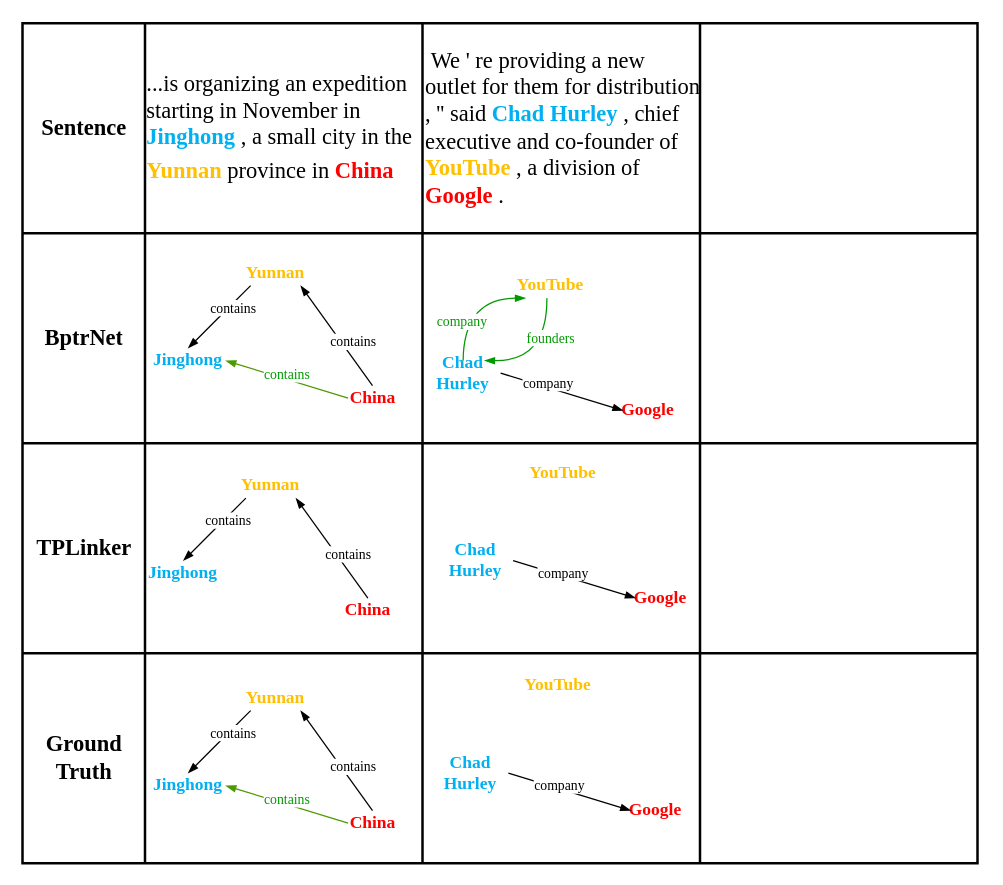
Above: Untitled Diagram.drawio in zhangSchnee/gittest (draw.io), before the change. Source tidied: cells renumbered, new cells numbered last; positions are measured from the earlier drawing's top-left corner, leaving out a move shared by most shapes. Both pictures are drawn from the tidied source at 125%, with x=0, y=0 at pixel (22, 22).
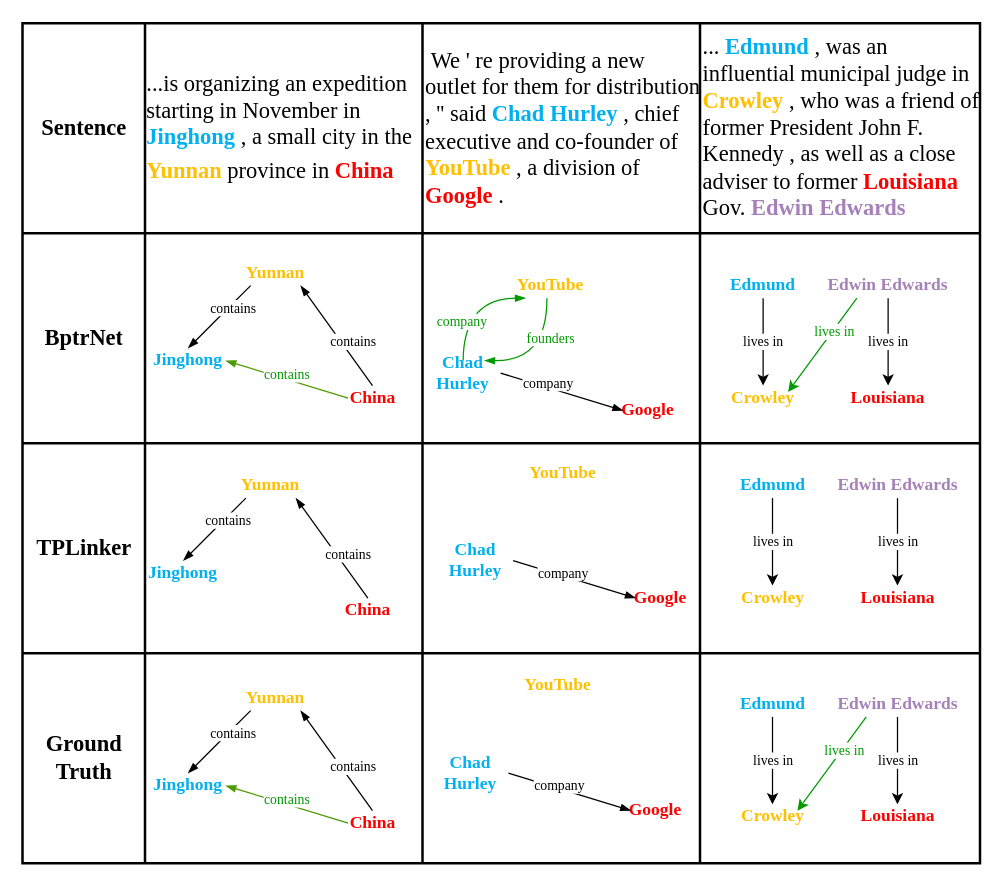
Above is the later version.

What changed in the source:
```diff
@@
     <mxCell id="2" style="shape=table;html=1;whiteSpace=wrap;startSize=0;childLayout=tableLayout;strokeWidth=2;perimeterSpacing=1;" parent="1" vertex="1">
-      <mxGeometry x="-0.5" width="764" height="672" as="geometry" />
+      <mxGeometry x="-0.5" width="766" height="672" as="geometry" />
     </mxCell>
     <mxCell id="3" style="shape=partialRectangle;html=1;whiteSpace=wrap;fillColor=none;top=0;left=0;bottom=0;right=0;" parent="2" vertex="1">
-      <mxGeometry width="764" height="168" as="geometry" />
+      <mxGeometry width="766" height="168" as="geometry" />
     </mxCell>
@@
-    <mxCell id="7" style="shape=partialRectangle;html=1;whiteSpace=wrap;overflow=hidden;fillColor=none;top=0;left=0;bottom=0;right=0;" parent="3" vertex="1">
-      <mxGeometry x="542" width="222" height="168" as="geometry" />
+    <mxCell id="7" value="&lt;font face=&quot;Times New Roman&quot; style=&quot;font-size: 18px&quot;&gt;... &lt;font color=&quot;#00b0f0&quot;&gt;&lt;b&gt;Edmund&lt;/b&gt;&lt;/font&gt; , was an influential municipal judge in &lt;b&gt;&lt;font color=&quot;#ffc000&quot;&gt;Crowley&lt;/font&gt;&lt;/b&gt; , who was a friend of former President John F. Kennedy , as well as a close adviser to former &lt;font color=&quot;#ff0000&quot;&gt;&lt;b&gt;Louisiana&lt;/b&gt;&lt;/font&gt; Gov. &lt;font color=&quot;#a680b8&quot;&gt;&lt;b&gt;Edwin Edwards&lt;/b&gt;&lt;/font&gt;&lt;/font&gt;" style="shape=partialRectangle;html=1;whiteSpace=wrap;overflow=hidden;fillColor=none;top=0;left=0;bottom=0;right=0;align=left;" parent="3" vertex="1">
+      <mxGeometry x="542" width="224" height="168" as="geometry" />
     </mxCell>
     <mxCell id="8" style="shape=partialRectangle;html=1;whiteSpace=wrap;fillColor=none;top=0;left=0;bottom=0;right=0;" parent="2" vertex="1">
-      <mxGeometry y="168" width="764" height="168" as="geometry" />
+      <mxGeometry y="168" width="766" height="168" as="geometry" />
     </mxCell>
@@
     <mxCell id="12" style="shape=partialRectangle;html=1;whiteSpace=wrap;overflow=hidden;fillColor=none;top=0;left=0;bottom=0;right=0;" parent="8" vertex="1">
-      <mxGeometry x="542" width="222" height="168" as="geometry" />
+      <mxGeometry x="542" width="224" height="168" as="geometry" />
     </mxCell>
     <mxCell id="13" style="shape=partialRectangle;html=1;whiteSpace=wrap;fillColor=none;top=0;left=0;bottom=0;right=0;" parent="2" vertex="1">
-      <mxGeometry y="336" width="764" height="168" as="geometry" />
+      <mxGeometry y="336" width="766" height="168" as="geometry" />
     </mxCell>
@@
     <mxCell id="17" style="shape=partialRectangle;html=1;whiteSpace=wrap;overflow=hidden;fillColor=none;top=0;left=0;bottom=0;right=0;" parent="13" vertex="1">
-      <mxGeometry x="542" width="222" height="168" as="geometry" />
+      <mxGeometry x="542" width="224" height="168" as="geometry" />
     </mxCell>
     <mxCell id="18" style="shape=partialRectangle;html=1;whiteSpace=wrap;fillColor=none;top=0;left=0;bottom=0;right=0;" parent="2" vertex="1">
-      <mxGeometry y="504" width="764" height="168" as="geometry" />
+      <mxGeometry y="504" width="766" height="168" as="geometry" />
     </mxCell>
@@
     <mxCell id="22" style="shape=partialRectangle;html=1;whiteSpace=wrap;overflow=hidden;fillColor=none;top=0;left=0;bottom=0;right=0;" parent="18" vertex="1">
-      <mxGeometry x="542" width="222" height="168" as="geometry" />
+      <mxGeometry x="542" width="224" height="168" as="geometry" />
     </mxCell>
@@
+    <mxCell id="67" value="&lt;font color=&quot;#000000&quot;&gt;lives in&lt;/font&gt;" style="edgeStyle=orthogonalEdgeStyle;rounded=0;jettySize=auto;html=1;exitX=0.5;exitY=1;exitDx=0;exitDy=0;entryX=0.5;entryY=0;entryDx=0;entryDy=0;strokeColor=#000000;fontColor=#00B0F0;fontFamily=Times New Roman;" parent="1" edge="1" source="68" target="69">
+      <mxGeometry relative="1" as="geometry" />
+    </mxCell>
+    <mxCell id="68" value="&lt;b&gt;&lt;font face=&quot;Times New Roman&quot; style=&quot;font-size: 14px&quot;&gt;Edmund&lt;/font&gt;&lt;/b&gt;" style="text;html=1;strokeColor=none;fillColor=none;align=center;verticalAlign=middle;whiteSpace=wrap;rounded=0;fontColor=#00B0F0;" parent="1" vertex="1">
+      <mxGeometry x="572" y="200" width="40" height="20" as="geometry" />
+    </mxCell>
+    <mxCell id="69" value="&lt;font color=&quot;#ffc000&quot; face=&quot;Times New Roman&quot; size=&quot;1&quot;&gt;&lt;b style=&quot;font-size: 14px&quot;&gt;Crowley&lt;/b&gt;&lt;/font&gt;" style="text;html=1;strokeColor=none;fillColor=none;align=center;verticalAlign=middle;whiteSpace=wrap;rounded=0;fontColor=#00B0F0;" parent="1" vertex="1">
+      <mxGeometry x="572" y="290" width="40" height="20" as="geometry" />
+    </mxCell>
+    <mxCell id="70" value="&lt;font color=&quot;#000000&quot;&gt;lives in&lt;/font&gt;" style="edgeStyle=orthogonalEdgeStyle;rounded=0;jettySize=auto;html=1;exitX=0.5;exitY=1;exitDx=0;exitDy=0;entryX=0.5;entryY=0;entryDx=0;entryDy=0;fontFamily=Times New Roman;fontColor=#009900;" parent="1" edge="1" source="71" target="72">
+      <mxGeometry relative="1" as="geometry" />
+    </mxCell>
+    <mxCell id="71" value="&lt;b&gt;&lt;font style=&quot;font-size: 14px&quot;&gt;Edwin Edwards&lt;/font&gt;&lt;/b&gt;" style="text;html=1;strokeColor=none;fillColor=none;align=center;verticalAlign=middle;whiteSpace=wrap;rounded=0;fontFamily=Times New Roman;fontColor=#A680B8;" parent="1" vertex="1">
+      <mxGeometry x="642" y="200" width="100" height="20" as="geometry" />
+    </mxCell>
+    <mxCell id="72" value="&lt;font face=&quot;Times New Roman&quot; color=&quot;#ff0000&quot; size=&quot;1&quot;&gt;&lt;b style=&quot;font-size: 14px&quot;&gt;Louisiana&lt;/b&gt;&lt;/font&gt;" style="text;html=1;strokeColor=none;fillColor=none;align=center;verticalAlign=middle;whiteSpace=wrap;rounded=0;fontColor=#00B0F0;" parent="1" vertex="1">
+      <mxGeometry x="672" y="290" width="40" height="20" as="geometry" />
+    </mxCell>
+    <mxCell id="73" style="endArrow=classic;html=1;fontFamily=Times New Roman;exitX=0.25;exitY=1;exitDx=0;exitDy=0;entryX=1;entryY=0.25;entryDx=0;entryDy=0;fontColor=#009900;strokeColor=#009900;" parent="1" edge="1" source="71" target="69">
+      <mxGeometry relative="1" as="geometry" />
+    </mxCell>
+    <mxCell id="74" value="&lt;font color=&quot;#009900&quot;&gt;lives in&lt;/font&gt;" style="edgeLabel;html=1;align=center;verticalAlign=middle;fontFamily=Times New Roman;fontColor=#A680B8;" parent="73" vertex="1">
+      <mxGeometry x="-0.31" y="1" relative="1" as="geometry" />
+    </mxCell>
+    <mxCell id="75" value="&lt;font color=&quot;#000000&quot;&gt;lives in&lt;/font&gt;" style="edgeStyle=orthogonalEdgeStyle;rounded=0;jettySize=auto;html=1;exitX=0.5;exitY=1;exitDx=0;exitDy=0;entryX=0.5;entryY=0;entryDx=0;entryDy=0;strokeColor=#000000;fontColor=#00B0F0;fontFamily=Times New Roman;" parent="1" edge="1" source="76" target="77">
+      <mxGeometry relative="1" as="geometry" />
+    </mxCell>
+    <mxCell id="76" value="&lt;b&gt;&lt;font face=&quot;Times New Roman&quot; style=&quot;font-size: 14px&quot;&gt;Edmund&lt;/font&gt;&lt;/b&gt;" style="text;html=1;strokeColor=none;fillColor=none;align=center;verticalAlign=middle;whiteSpace=wrap;rounded=0;fontColor=#00B0F0;" parent="1" vertex="1">
+      <mxGeometry x="579.5" y="360" width="40" height="20" as="geometry" />
+    </mxCell>
+    <mxCell id="77" value="&lt;font color=&quot;#ffc000&quot; face=&quot;Times New Roman&quot; size=&quot;1&quot;&gt;&lt;b style=&quot;font-size: 14px&quot;&gt;Crowley&lt;/b&gt;&lt;/font&gt;" style="text;html=1;strokeColor=none;fillColor=none;align=center;verticalAlign=middle;whiteSpace=wrap;rounded=0;fontColor=#00B0F0;" parent="1" vertex="1">
+      <mxGeometry x="579.5" y="450" width="40" height="20" as="geometry" />
+    </mxCell>
+    <mxCell id="78" value="&lt;font color=&quot;#000000&quot;&gt;lives in&lt;/font&gt;" style="edgeStyle=orthogonalEdgeStyle;rounded=0;jettySize=auto;html=1;exitX=0.5;exitY=1;exitDx=0;exitDy=0;entryX=0.5;entryY=0;entryDx=0;entryDy=0;fontFamily=Times New Roman;fontColor=#009900;" parent="1" edge="1" source="79" target="80">
+      <mxGeometry relative="1" as="geometry" />
+    </mxCell>
+    <mxCell id="79" value="&lt;b&gt;&lt;font style=&quot;font-size: 14px&quot;&gt;Edwin Edwards&lt;/font&gt;&lt;/b&gt;" style="text;html=1;strokeColor=none;fillColor=none;align=center;verticalAlign=middle;whiteSpace=wrap;rounded=0;fontFamily=Times New Roman;fontColor=#A680B8;" parent="1" vertex="1">
+      <mxGeometry x="649.5" y="360" width="100" height="20" as="geometry" />
+    </mxCell>
+    <mxCell id="80" value="&lt;font face=&quot;Times New Roman&quot; color=&quot;#ff0000&quot; size=&quot;1&quot;&gt;&lt;b style=&quot;font-size: 14px&quot;&gt;Louisiana&lt;/b&gt;&lt;/font&gt;" style="text;html=1;strokeColor=none;fillColor=none;align=center;verticalAlign=middle;whiteSpace=wrap;rounded=0;fontColor=#00B0F0;" parent="1" vertex="1">
+      <mxGeometry x="679.5" y="450" width="40" height="20" as="geometry" />
+    </mxCell>
+    <mxCell id="81" value="&lt;font color=&quot;#000000&quot;&gt;lives in&lt;/font&gt;" style="edgeStyle=orthogonalEdgeStyle;rounded=0;jettySize=auto;html=1;exitX=0.5;exitY=1;exitDx=0;exitDy=0;entryX=0.5;entryY=0;entryDx=0;entryDy=0;strokeColor=#000000;fontColor=#00B0F0;fontFamily=Times New Roman;" parent="1" edge="1" source="82" target="83">
+      <mxGeometry relative="1" as="geometry" />
+    </mxCell>
+    <mxCell id="82" value="&lt;b&gt;&lt;font face=&quot;Times New Roman&quot; style=&quot;font-size: 14px&quot;&gt;Edmund&lt;/font&gt;&lt;/b&gt;" style="text;html=1;strokeColor=none;fillColor=none;align=center;verticalAlign=middle;whiteSpace=wrap;rounded=0;fontColor=#00B0F0;" parent="1" vertex="1">
+      <mxGeometry x="579.5" y="535" width="40" height="20" as="geometry" />
+    </mxCell>
+    <mxCell id="83" value="&lt;font color=&quot;#ffc000&quot; face=&quot;Times New Roman&quot; size=&quot;1&quot;&gt;&lt;b style=&quot;font-size: 14px&quot;&gt;Crowley&lt;/b&gt;&lt;/font&gt;" style="text;html=1;strokeColor=none;fillColor=none;align=center;verticalAlign=middle;whiteSpace=wrap;rounded=0;fontColor=#00B0F0;" parent="1" vertex="1">
+      <mxGeometry x="579.5" y="625" width="40" height="20" as="geometry" />
+    </mxCell>
+    <mxCell id="84" value="&lt;font color=&quot;#000000&quot;&gt;lives in&lt;/font&gt;" style="edgeStyle=orthogonalEdgeStyle;rounded=0;jettySize=auto;html=1;exitX=0.5;exitY=1;exitDx=0;exitDy=0;entryX=0.5;entryY=0;entryDx=0;entryDy=0;fontFamily=Times New Roman;fontColor=#009900;" parent="1" edge="1" source="85" target="86">
+      <mxGeometry relative="1" as="geometry" />
+    </mxCell>
+    <mxCell id="85" value="&lt;b&gt;&lt;font style=&quot;font-size: 14px&quot;&gt;Edwin Edwards&lt;/font&gt;&lt;/b&gt;" style="text;html=1;strokeColor=none;fillColor=none;align=center;verticalAlign=middle;whiteSpace=wrap;rounded=0;fontFamily=Times New Roman;fontColor=#A680B8;" parent="1" vertex="1">
+      <mxGeometry x="649.5" y="535" width="100" height="20" as="geometry" />
+    </mxCell>
+    <mxCell id="86" value="&lt;font face=&quot;Times New Roman&quot; color=&quot;#ff0000&quot; size=&quot;1&quot;&gt;&lt;b style=&quot;font-size: 14px&quot;&gt;Louisiana&lt;/b&gt;&lt;/font&gt;" style="text;html=1;strokeColor=none;fillColor=none;align=center;verticalAlign=middle;whiteSpace=wrap;rounded=0;fontColor=#00B0F0;" parent="1" vertex="1">
+      <mxGeometry x="679.5" y="625" width="40" height="20" as="geometry" />
+    </mxCell>
+    <mxCell id="87" style="endArrow=classic;html=1;fontFamily=Times New Roman;exitX=0.25;exitY=1;exitDx=0;exitDy=0;entryX=1;entryY=0.25;entryDx=0;entryDy=0;fontColor=#009900;strokeColor=#009900;" parent="1" edge="1" source="85" target="83">
+      <mxGeometry relative="1" as="geometry" />
+    </mxCell>
+    <mxCell id="88" value="&lt;font color=&quot;#009900&quot;&gt;lives in&lt;/font&gt;" style="edgeLabel;html=1;align=center;verticalAlign=middle;fontFamily=Times New Roman;fontColor=#A680B8;" parent="87" vertex="1">
+      <mxGeometry x="-0.31" y="1" relative="1" as="geometry" />
+    </mxCell>
```
